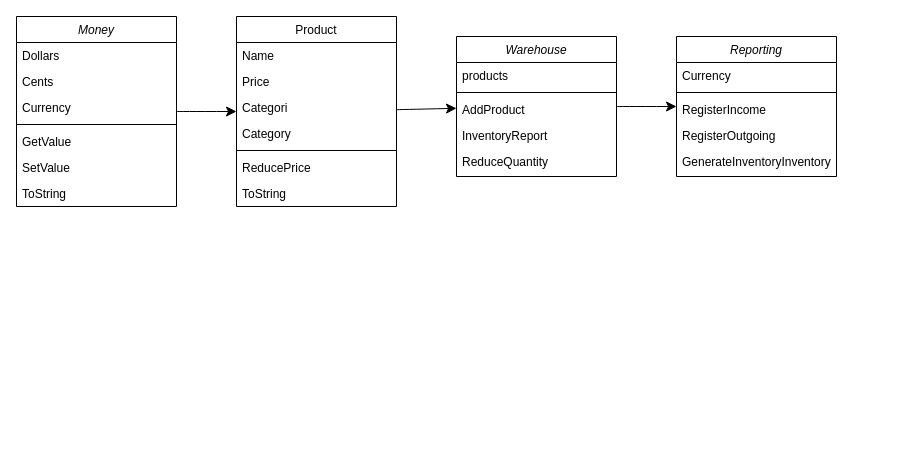
Earlier version of the draw.io diagram lab1/lab1.drawio (vitaliibaliuk/DesignPatterns). Source tidied: cells renumbered, new cells numbered last; positions are measured from the earlier drawing's top-left corner, leaving out a move shared by most shapes. Both pictures are drawn from the tidied source at 100%, with x=0, y=0 at pixel (16, 16).
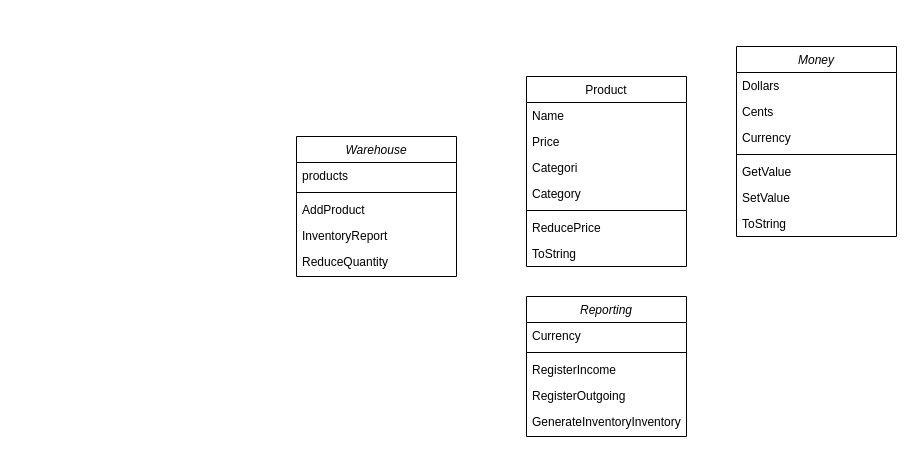
After the change.

Diff of the diagram source:
```diff
@@
-    <mxCell id="2" style="edgeStyle=none;curved=1;rounded=0;jettySize=auto;html=1;fontSize=12;startSize=8;endSize=8;" parent="1" edge="1" source="3" target="12">
-      <mxGeometry relative="1" as="geometry" />
-    </mxCell>
     <mxCell id="3" value="Money" style="swimlane;fontStyle=2;align=center;verticalAlign=top;horizontal=1;startSize=26;rounded=0;shadow=0;strokeWidth=1;" parent="1" vertex="1">
-      <mxGeometry width="160" height="190" as="geometry" />
+      <mxGeometry x="720" y="30" width="160" height="190" as="geometry" />
     </mxCell>
@@
-    <mxCell id="10" value="ToString" style="text;align=left;verticalAlign=top;spacingLeft=4;spacingRight=4;overflow=hidden;" parent="3" vertex="1">
-      <mxGeometry y="164" width="160" height="26" as="geometry" />
-    </mxCell>
-    <mxCell id="11" style="edgeStyle=none;curved=1;rounded=0;jettySize=auto;html=1;fontSize=12;startSize=8;endSize=8;" parent="1" edge="1" source="12" target="21">
-      <mxGeometry relative="1" as="geometry" />
-    </mxCell>
+    <mxCell id="33" value="ToString" style="text;align=left;verticalAlign=top;spacingLeft=4;spacingRight=4;overflow=hidden;" parent="3" vertex="1">
+      <mxGeometry y="164" width="160" height="26" as="geometry" />
+    </mxCell>
     <mxCell id="12" value="Product" style="swimlane;fontStyle=0;align=center;verticalAlign=top;horizontal=1;startSize=26;rounded=0;shadow=0;strokeWidth=1;" parent="1" vertex="1">
-      <mxGeometry x="220" width="160" height="190" as="geometry" />
+      <mxGeometry x="510" y="60" width="160" height="190" as="geometry" />
     </mxCell>
@@
-    <mxCell id="19" value="ToString" style="text;align=left;verticalAlign=top;spacingLeft=4;spacingRight=4;overflow=hidden;" parent="12" vertex="1">
-      <mxGeometry y="164" width="160" height="26" as="geometry" />
-    </mxCell>
-    <mxCell id="20" style="edgeStyle=none;curved=1;rounded=0;jettySize=auto;html=1;fontSize=12;startSize=8;endSize=8;" parent="1" edge="1" source="21" target="27">
-      <mxGeometry relative="1" as="geometry" />
-    </mxCell>
+    <mxCell id="34" value="ToString" style="text;align=left;verticalAlign=top;spacingLeft=4;spacingRight=4;overflow=hidden;" parent="12" vertex="1">
+      <mxGeometry y="164" width="160" height="26" as="geometry" />
+    </mxCell>
     <mxCell id="21" value="Warehouse" style="swimlane;fontStyle=2;align=center;verticalAlign=top;horizontal=1;startSize=26;rounded=0;shadow=0;strokeWidth=1;" parent="1" vertex="1">
-      <mxGeometry x="440" y="20" width="160" height="140" as="geometry" />
+      <mxGeometry x="280" y="120" width="160" height="140" as="geometry" />
     </mxCell>
@@
-    <mxCell id="23" style="line;html=1;strokeWidth=1;align=left;verticalAlign=middle;spacingTop=-1;spacingLeft=3;spacingRight=3;labelPosition=right;" parent="21" vertex="1">
-      <mxGeometry y="52" width="160" height="8" as="geometry" />
-    </mxCell>
+    <mxCell id="35" style="line;html=1;strokeWidth=1;align=left;verticalAlign=middle;spacingTop=-1;spacingLeft=3;spacingRight=3;labelPosition=right;" parent="21" vertex="1">
+      <mxGeometry y="52" width="160" height="8" as="geometry" />
+    </mxCell>
@@
     <mxCell id="27" value="Reporting" style="swimlane;fontStyle=2;align=center;verticalAlign=top;horizontal=1;startSize=26;rounded=0;shadow=0;strokeWidth=1;" parent="1" vertex="1">
-      <mxGeometry x="660" y="20" width="160" height="140" as="geometry" />
+      <mxGeometry x="510" y="280" width="160" height="140" as="geometry" />
     </mxCell>
@@
-    <mxCell id="29" style="line;html=1;strokeWidth=1;align=left;verticalAlign=middle;spacingTop=-1;spacingLeft=3;spacingRight=3;labelPosition=right;" parent="27" vertex="1">
-      <mxGeometry y="52" width="160" height="8" as="geometry" />
-    </mxCell>
+    <mxCell id="36" style="line;html=1;strokeWidth=1;align=left;verticalAlign=middle;spacingTop=-1;spacingLeft=3;spacingRight=3;labelPosition=right;" parent="27" vertex="1">
+      <mxGeometry y="52" width="160" height="8" as="geometry" />
+    </mxCell>
```
